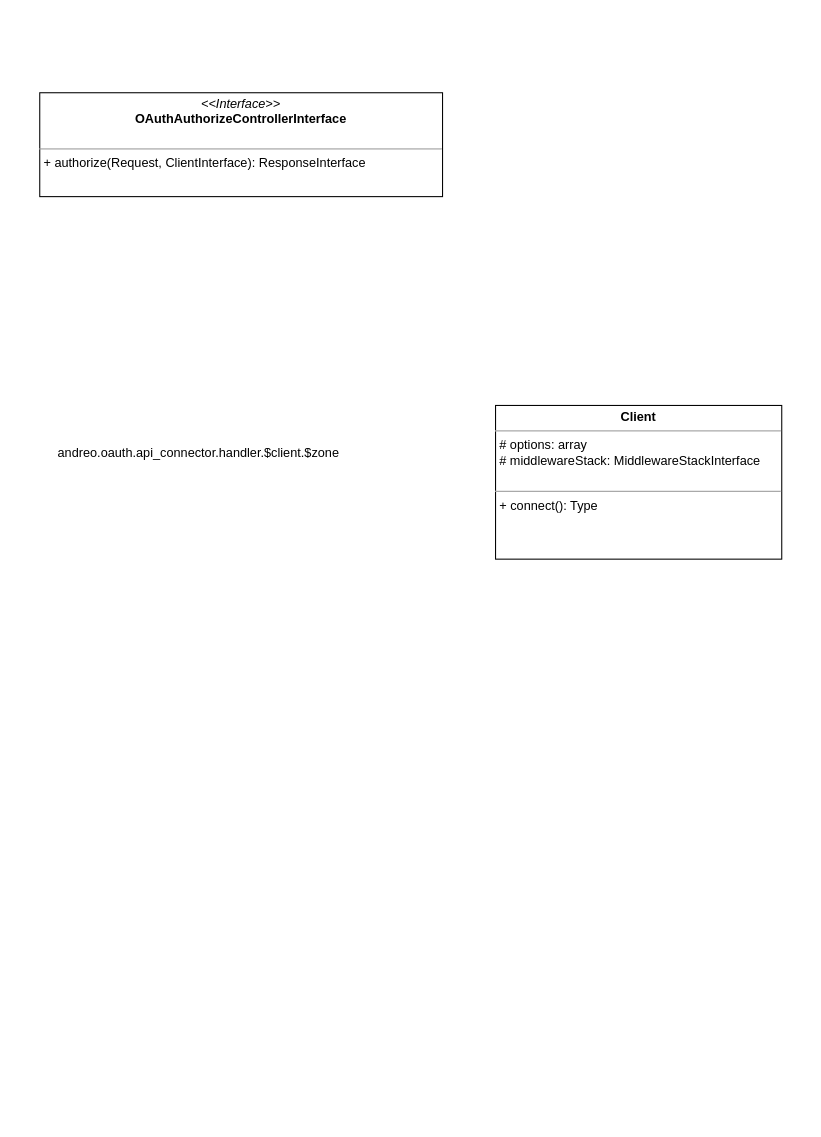
Earlier version of the draw.io diagram page "Page-3" (2 of 3) of oauth.drawio (andrzej-pakula/oauth-api-connector-bundle). Source tidied: cells renumbered, new cells numbered last; positions are measured from the earlier drawing's top-left corner, leaving out a move shared by most shapes. Both pictures are drawn from the tidied source at 106%, with x=0, y=0 at pixel (39, 92).
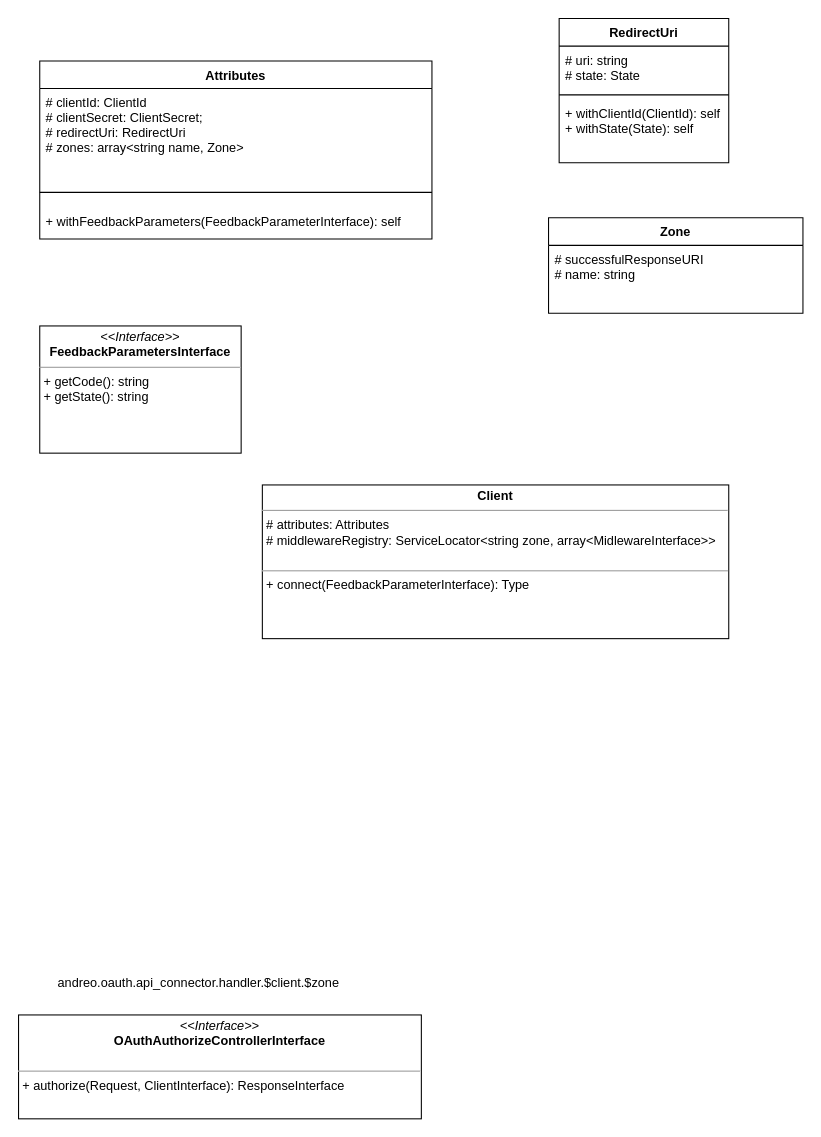
The same page after the edit.

The edit, as a diff of the source:
```diff
@@
 <mxGraphModel>
   <root>
     <mxCell id="0" />
     <mxCell id="1" parent="0" />
+    <mxCell id="5" value="RedirectUri" style="swimlane;fontStyle=1;align=center;verticalAlign=top;horizontal=1;startSize=26;" parent="1" vertex="1">
+      <mxGeometry x="490" y="-70" width="160" height="136" as="geometry" />
+    </mxCell>
+    <mxCell id="6" value="# uri: string&#10;# state: State" style="text;strokeColor=none;fillColor=none;align=left;verticalAlign=top;spacingLeft=4;spacingRight=4;overflow=hidden;" parent="5" vertex="1">
+      <mxGeometry y="26" width="160" height="42" as="geometry" />
+    </mxCell>
+    <mxCell id="7" style="line;strokeWidth=1;fillColor=none;align=left;verticalAlign=middle;spacingTop=-1;spacingLeft=3;spacingRight=3;labelPosition=right;" parent="5" vertex="1">
+      <mxGeometry y="68" width="160" height="8" as="geometry" />
+    </mxCell>
+    <mxCell id="8" value="+ withClientId(ClientId): self&#10;+ withState(State): self" style="text;strokeColor=none;fillColor=none;align=left;verticalAlign=top;spacingLeft=4;spacingRight=4;overflow=hidden;" parent="5" vertex="1">
+      <mxGeometry y="76" width="160" height="60" as="geometry" />
+    </mxCell>
+    <mxCell id="9" value="Zone" style="swimlane;fontStyle=1;align=center;verticalAlign=top;horizontal=1;startSize=26;" parent="1" vertex="1">
+      <mxGeometry x="480" y="118" width="240" height="90" as="geometry" />
+    </mxCell>
+    <mxCell id="10" value="# successfulResponseURI&#10;# name: string" style="text;strokeColor=none;fillColor=none;align=left;verticalAlign=top;spacingLeft=4;spacingRight=4;overflow=hidden;" parent="9" vertex="1">
+      <mxGeometry y="26" width="240" height="64" as="geometry" />
+    </mxCell>
+    <mxCell id="11" value="Attributes" style="swimlane;fontStyle=1;align=center;verticalAlign=top;horizontal=1;startSize=26;" parent="1" vertex="1">
+      <mxGeometry y="-30" width="370" height="168" as="geometry" />
+    </mxCell>
+    <mxCell id="12" value="# clientId: ClientId&#10;# clientSecret: ClientSecret;&#10;# redirectUri: RedirectUri&#10;# zones: array&lt;string name, Zone&gt;" style="text;strokeColor=none;fillColor=none;align=left;verticalAlign=top;spacingLeft=4;spacingRight=4;overflow=hidden;" parent="11" vertex="1">
+      <mxGeometry y="26" width="370" height="84" as="geometry" />
+    </mxCell>
+    <mxCell id="13" style="line;strokeWidth=1;fillColor=none;align=left;verticalAlign=middle;spacingTop=-1;spacingLeft=3;spacingRight=3;labelPosition=right;" parent="11" vertex="1">
+      <mxGeometry y="110" width="370" height="28" as="geometry" />
+    </mxCell>
+    <mxCell id="14" value="+ withFeedbackParameters(FeedbackParameterInterface): self" style="text;strokeColor=none;fillColor=none;align=left;verticalAlign=top;spacingLeft=4;spacingRight=4;overflow=hidden;" parent="11" vertex="1">
+      <mxGeometry y="138" width="370" height="30" as="geometry" />
+    </mxCell>
     <mxCell id="2" value="&lt;p style=&quot;margin: 0px ; margin-top: 4px ; text-align: center&quot;&gt;&lt;i&gt;&amp;lt;&amp;lt;Interface&amp;gt;&amp;gt;&lt;/i&gt;&lt;br&gt;&lt;b&gt;OAuthAuthorizeControllerInterface&lt;/b&gt;&lt;br&gt;&lt;/p&gt;&lt;p style=&quot;margin: 0px ; margin-left: 4px&quot;&gt;&lt;br&gt;&lt;/p&gt;&lt;hr size=&quot;1&quot;&gt;&lt;p style=&quot;margin: 0px ; margin-left: 4px&quot;&gt;+ authorize(Request, ClientInterface): ResponseInterface&lt;br&gt;&lt;br&gt;&lt;/p&gt;" style="verticalAlign=top;align=left;overflow=fill;fontSize=12;fontFamily=Helvetica;html=1;" parent="1" vertex="1">
-      <mxGeometry width="380" height="98" as="geometry" />
+      <mxGeometry x="-20" y="870" width="380" height="98" as="geometry" />
     </mxCell>
     <mxCell id="3" value="andreo.oauth.api_connector.handler.$client.$zone" style="text;html=1;strokeColor=none;fillColor=none;align=center;verticalAlign=middle;whiteSpace=wrap;rounded=0;" parent="1" vertex="1">
-      <mxGeometry x="70" y="330" width="160" height="20" as="geometry" />
+      <mxGeometry x="70" y="830" width="160" height="20" as="geometry" />
     </mxCell>
-    <mxCell id="4" value="&lt;p style=&quot;margin: 0px ; margin-top: 4px ; text-align: center&quot;&gt;&lt;b&gt;Client&lt;/b&gt;&lt;/p&gt;&lt;hr size=&quot;1&quot;&gt;&lt;p style=&quot;margin: 0px ; margin-left: 4px&quot;&gt;# options: array&lt;/p&gt;&lt;p style=&quot;margin: 0px ; margin-left: 4px&quot;&gt;# middlewareStack: MiddlewareStackInterface&lt;br&gt;&lt;/p&gt;&lt;div&gt;&lt;br&gt;&lt;/div&gt;&lt;hr size=&quot;1&quot;&gt;&lt;p style=&quot;margin: 0px ; margin-left: 4px&quot;&gt;+ connect(): Type&lt;/p&gt;" style="verticalAlign=top;align=left;overflow=fill;fontSize=12;fontFamily=Helvetica;html=1;" parent="1" vertex="1">
-      <mxGeometry x="430" y="295" width="270" height="145" as="geometry" />
+    <mxCell id="4" value="&lt;p style=&quot;margin: 0px ; margin-top: 4px ; text-align: center&quot;&gt;&lt;b&gt;Client&lt;/b&gt;&lt;/p&gt;&lt;hr size=&quot;1&quot;&gt;&lt;p style=&quot;margin: 0px ; margin-left: 4px&quot;&gt;# attributes: Attributes&lt;/p&gt;&lt;p style=&quot;margin: 0px ; margin-left: 4px&quot;&gt;# middlewareRegistry: ServiceLocator&amp;lt;string zone, array&amp;lt;MidlewareInterface&amp;gt;&amp;gt;&lt;br&gt;&lt;/p&gt;&lt;p style=&quot;margin: 0px ; margin-left: 4px&quot;&gt;&lt;br&gt;&lt;/p&gt;&lt;hr size=&quot;1&quot;&gt;&lt;p style=&quot;margin: 0px ; margin-left: 4px&quot;&gt;+ connect(FeedbackParameterInterface): Type&lt;/p&gt;" style="verticalAlign=top;align=left;overflow=fill;fontSize=12;fontFamily=Helvetica;html=1;" parent="1" vertex="1">
+      <mxGeometry x="210" y="370" width="440" height="145" as="geometry" />
     </mxCell>
+    <mxCell id="15" value="&lt;p style=&quot;margin: 0px ; margin-top: 4px ; text-align: center&quot;&gt;&lt;i&gt;&amp;lt;&amp;lt;Interface&amp;gt;&amp;gt;&lt;/i&gt;&lt;br&gt;&lt;b&gt;FeedbackParametersInterface&lt;/b&gt;&lt;/p&gt;&lt;hr size=&quot;1&quot;&gt;&lt;p style=&quot;margin: 0px ; margin-left: 4px&quot;&gt;&lt;span&gt;+ getCode(): string&lt;/span&gt;&lt;br&gt;&lt;/p&gt;&lt;p style=&quot;margin: 0px ; margin-left: 4px&quot;&gt;+ getState(): string&lt;/p&gt;&lt;p style=&quot;margin: 0px ; margin-left: 4px&quot;&gt;&lt;br&gt;&lt;/p&gt;" style="verticalAlign=top;align=left;overflow=fill;fontSize=12;fontFamily=Helvetica;html=1;" parent="1" vertex="1">
+      <mxGeometry y="220" width="190" height="120" as="geometry" />
+    </mxCell>
   </root>
 </mxGraphModel>
```
